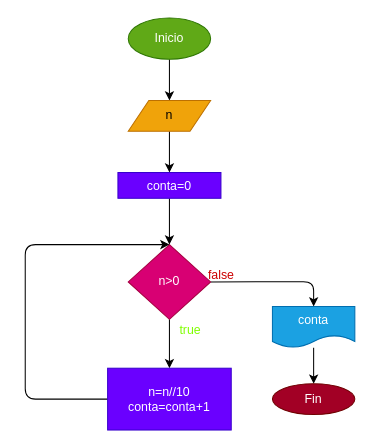
This is ejercicio5/diagrama.drawio from angelica17200/Taller_while, a draw.io file, before an edit. Source tidied: cells renumbered, new cells numbered last; positions are measured from the earlier drawing's top-left corner, leaving out a move shared by most shapes. Both pictures are drawn from the tidied source at 103%, with x=0, y=0 at pixel (25, 18).
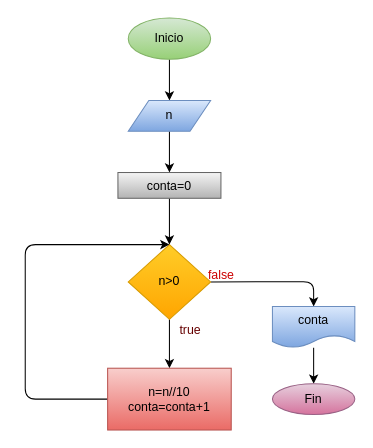
After the change.

Change to the diagram source:
```diff
@@
-    <mxCell id="3" value="Inicio" style="ellipse;whiteSpace=wrap;html=1;fillColor=#60a917;fontColor=#ffffff;strokeColor=#2D7600;" parent="1" vertex="1">
+    <mxCell id="3" value="Inicio" style="ellipse;whiteSpace=wrap;html=1;fillColor=#d5e8d4;strokeColor=#82b366;gradientColor=#97d077;" parent="1" vertex="1">
       <mxGeometry x="100" width="80" height="40" as="geometry" />
     </mxCell>
@@
-    <mxCell id="5" value="n" style="shape=parallelogram;perimeter=parallelogramPerimeter;whiteSpace=wrap;html=1;fixedSize=1;fillColor=#f0a30a;strokeColor=#BD7000;fontColor=#000000;" parent="1" vertex="1">
+    <mxCell id="5" value="&lt;font color=&quot;#000000&quot;&gt;n&lt;/font&gt;" style="shape=parallelogram;perimeter=parallelogramPerimeter;whiteSpace=wrap;html=1;fixedSize=1;fillColor=#dae8fc;strokeColor=#6c8ebf;gradientColor=#7ea6e0;" parent="1" vertex="1">
       <mxGeometry x="100" y="80" width="80" height="30" as="geometry" />
     </mxCell>
@@
-    <mxCell id="7" value="conta=0" style="whiteSpace=wrap;html=1;fillColor=#6a00ff;strokeColor=#3700CC;fontColor=#ffffff;" parent="1" vertex="1">
+    <mxCell id="7" value="&lt;font color=&quot;#000000&quot;&gt;conta=0&lt;/font&gt;" style="whiteSpace=wrap;html=1;fillColor=#f5f5f5;strokeColor=#666666;gradientColor=#b3b3b3;" parent="1" vertex="1">
       <mxGeometry x="90" y="150" width="100" height="25" as="geometry" />
     </mxCell>
@@
-    <mxCell id="10" value="n&amp;gt;0" style="rhombus;whiteSpace=wrap;html=1;fillColor=#d80073;strokeColor=#A50040;fontColor=#ffffff;" parent="1" vertex="1">
+    <mxCell id="10" value="&lt;font color=&quot;#000000&quot;&gt;n&amp;gt;0&lt;/font&gt;" style="rhombus;whiteSpace=wrap;html=1;fillColor=#ffcd28;strokeColor=#d79b00;gradientColor=#ffa500;" parent="1" vertex="1">
       <mxGeometry x="100" y="220" width="80" height="72.5" as="geometry" />
     </mxCell>
@@
-    <mxCell id="12" value="n=n//10&lt;br&gt;conta=conta+1" style="whiteSpace=wrap;html=1;fillColor=#6a00ff;strokeColor=#3700CC;fontColor=#ffffff;" parent="1" vertex="1">
+    <mxCell id="12" value="&lt;font color=&quot;#000000&quot;&gt;n=n//10&lt;br&gt;conta=conta+1&lt;/font&gt;" style="whiteSpace=wrap;html=1;fillColor=#f8cecc;strokeColor=#b85450;gradientColor=#ea6b66;" parent="1" vertex="1">
       <mxGeometry x="80" y="340" width="120" height="60" as="geometry" />
     </mxCell>
@@
-    <mxCell id="14" value="conta" style="shape=document;whiteSpace=wrap;html=1;boundedLbl=1;fillColor=#1ba1e2;fontColor=#ffffff;strokeColor=#006EAF;" parent="1" vertex="1">
+    <mxCell id="14" value="&lt;font color=&quot;#000000&quot;&gt;conta&lt;/font&gt;" style="shape=document;whiteSpace=wrap;html=1;boundedLbl=1;fillColor=#dae8fc;strokeColor=#6c8ebf;gradientColor=#7ea6e0;" parent="1" vertex="1">
       <mxGeometry x="240" y="280" width="80" height="40" as="geometry" />
     </mxCell>
-    <mxCell id="15" value="Fin" style="ellipse;whiteSpace=wrap;html=1;fillColor=#a20025;strokeColor=#6F0000;fontColor=#ffffff;" parent="1" vertex="1">
+    <mxCell id="15" value="&lt;font color=&quot;#000000&quot;&gt;Fin&lt;/font&gt;" style="ellipse;whiteSpace=wrap;html=1;fillColor=#e6d0de;strokeColor=#996185;gradientColor=#d5739d;" parent="1" vertex="1">
       <mxGeometry x="240" y="355" width="80" height="30" as="geometry" />
     </mxCell>
-    <mxCell id="16" value="false" style="text;html=1;align=center;verticalAlign=middle;strokeColor=none;fillColor=none;fontColor=#CC0000;" parent="1" vertex="1">
+    <mxCell id="16" value="false" style="text;html=1;align=center;verticalAlign=middle;strokeColor=none;fillColor=none;fontColor=#CC0000;gradientColor=#ffffff;" parent="1" vertex="1">
       <mxGeometry x="170" y="240" width="40" height="20" as="geometry" />
     </mxCell>
-    <mxCell id="17" value="true" style="text;html=1;align=center;verticalAlign=middle;strokeColor=none;fillColor=none;fontColor=#80FF00;" parent="1" vertex="1">
+    <mxCell id="17" value="&lt;font color=&quot;#660000&quot;&gt;true&lt;/font&gt;" style="text;html=1;align=center;verticalAlign=middle;strokeColor=none;fillColor=none;fontColor=#80FF00;" parent="1" vertex="1">
       <mxGeometry x="140" y="292.5" width="40" height="20" as="geometry" />
     </mxCell>
```
